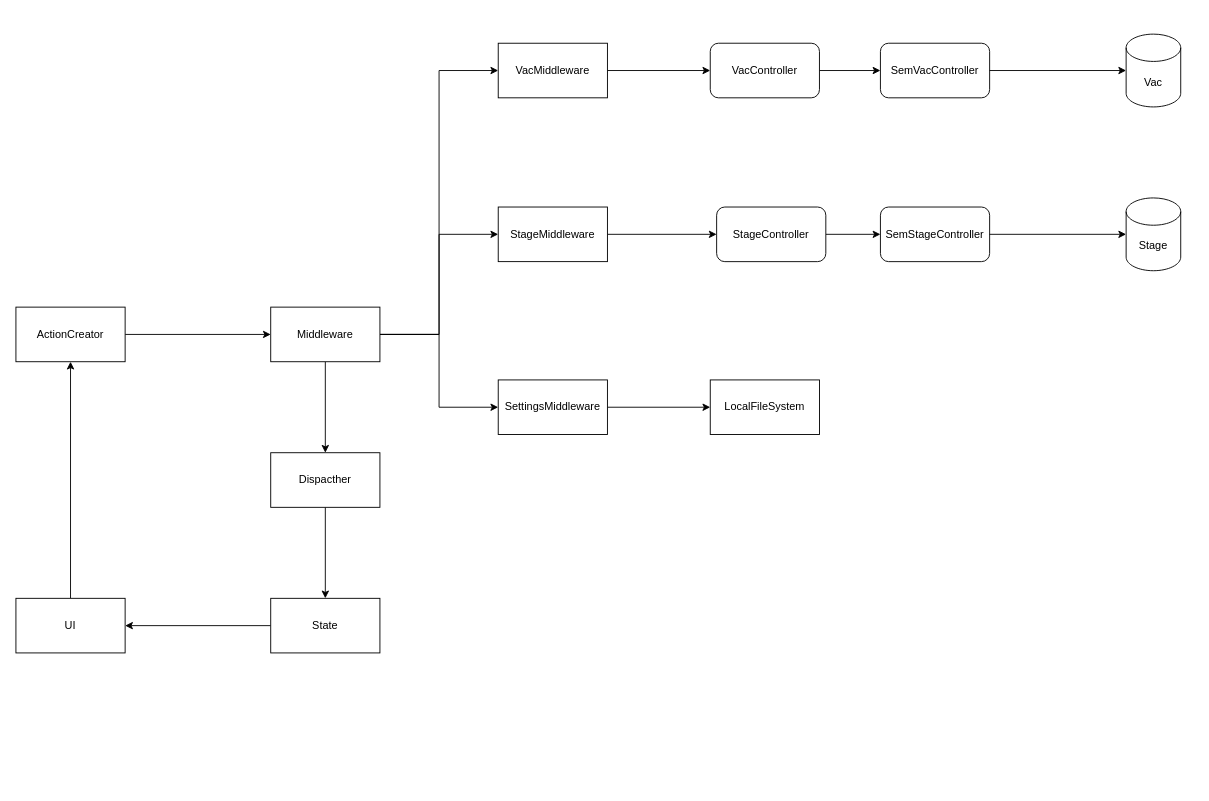
Earlier version of the draw.io diagram page "Qt Flux" (5 of 5) of 系统结构图.drawio (SolarAA-11/drawio). Source tidied: cells renumbered, new cells numbered last; positions are measured from the earlier drawing's top-left corner, leaving out a move shared by most shapes. Both pictures are drawn from the tidied source at 91%, with x=0, y=0 at pixel (15, 34).
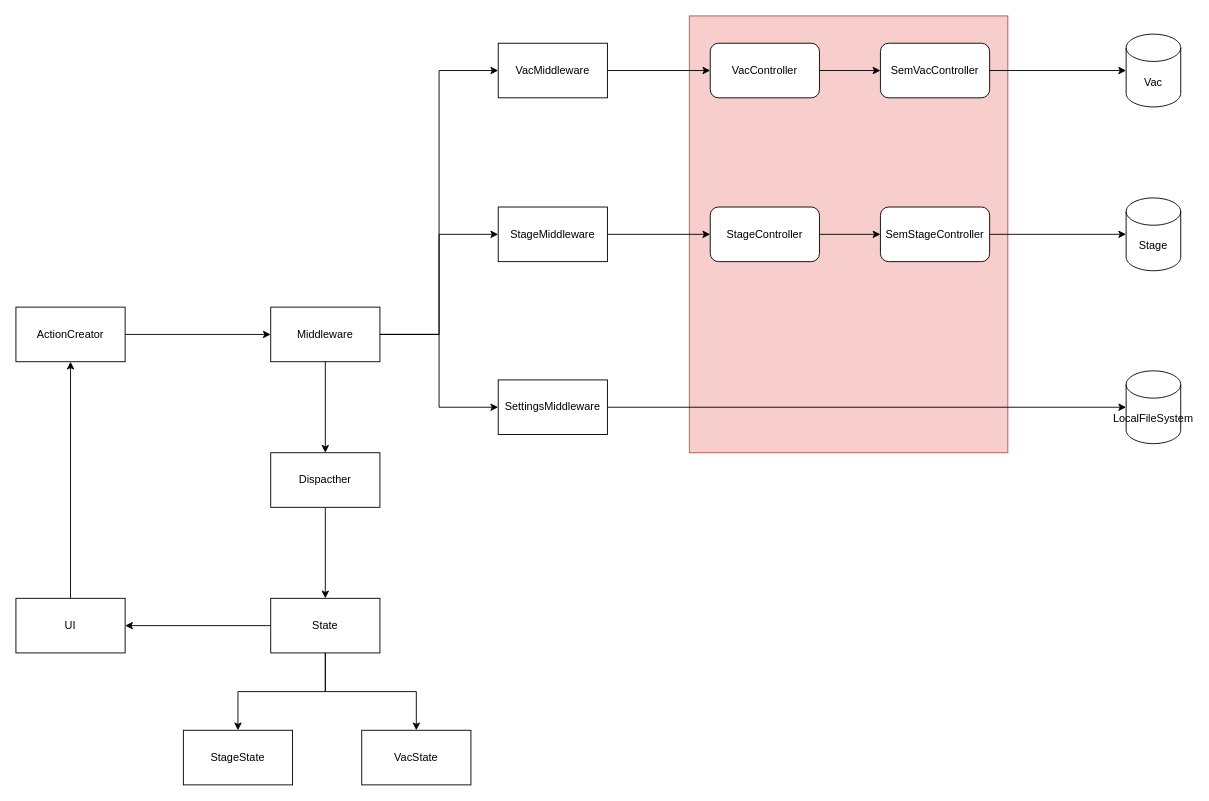
The same page after the edit.

Commit message (it also covers changes not shown here):
更新系统结构图.drawio

Unchanged cells that the change refers to:
```xml
<mxCell id="5" value="State" style="rounded=0;whiteSpace=wrap;html=1;" parent="1" vertex="1">
  <mxGeometry x="280" y="620" width="120" height="60" as="geometry" />
</mxCell>
<mxCell id="16" value="SettingsMiddleware" style="rounded=0;whiteSpace=wrap;html=1;" parent="1" vertex="1">
  <mxGeometry x="530" y="380" width="120" height="60" as="geometry" />
</mxCell>
```

Change to the diagram source:
```diff
@@
+    <mxCell id="32" style="rounded=0;whiteSpace=wrap;html=1;fillColor=#f8cecc;strokeColor=#b85450;" parent="1" vertex="1">
+      <mxGeometry x="740" y="-20" width="350" height="480" as="geometry" />
+    </mxCell>
@@
+    <mxCell id="33" style="edgeStyle=orthogonalEdgeStyle;rounded=0;jettySize=auto;html=1;entryX=0.5;entryY=0;entryDx=0;entryDy=0;" parent="1" edge="1" source="5" target="35">
+      <mxGeometry relative="1" as="geometry" />
+    </mxCell>
+    <mxCell id="34" style="edgeStyle=orthogonalEdgeStyle;rounded=0;jettySize=auto;html=1;" parent="1" edge="1" source="5" target="36">
+      <mxGeometry relative="1" as="geometry" />
+    </mxCell>
@@
-    <mxCell id="15" style="edgeStyle=orthogonalEdgeStyle;rounded=0;jettySize=auto;html=1;entryX=0;entryY=0.5;entryDx=0;entryDy=0;" parent="1" edge="1" source="16" target="19">
-      <mxGeometry relative="1" as="geometry" />
-    </mxCell>
@@
-    <mxCell id="19" value="LocalFileSystem" style="rounded=0;whiteSpace=wrap;html=1;" parent="1" vertex="1">
-      <mxGeometry x="763" y="380" width="120" height="60" as="geometry" />
-    </mxCell>
@@
     <mxCell id="25" value="StageController" style="rounded=1;whiteSpace=wrap;html=1;" parent="1" vertex="1">
-      <mxGeometry x="770" y="190" width="120" height="60" as="geometry" />
+      <mxGeometry x="763" y="190" width="120" height="60" as="geometry" />
     </mxCell>
@@
+    <mxCell id="19" value="LocalFileSystem&lt;br&gt;" style="shape=cylinder3;whiteSpace=wrap;html=1;boundedLbl=1;backgroundOutline=1;size=15;" parent="1" vertex="1">
+      <mxGeometry x="1220" y="370" width="60" height="80" as="geometry" />
+    </mxCell>
+    <mxCell id="15" style="edgeStyle=orthogonalEdgeStyle;rounded=0;jettySize=auto;html=1;entryX=0;entryY=0.5;entryDx=0;entryDy=0;entryPerimeter=0;" parent="1" edge="1" source="16" target="19">
+      <mxGeometry relative="1" as="geometry" />
+    </mxCell>
+    <mxCell id="35" value="StageState" style="rounded=0;whiteSpace=wrap;html=1;" parent="1" vertex="1">
+      <mxGeometry x="184" y="765" width="120" height="60" as="geometry" />
+    </mxCell>
+    <mxCell id="36" value="VacState" style="rounded=0;whiteSpace=wrap;html=1;" parent="1" vertex="1">
+      <mxGeometry x="380" y="765" width="120" height="60" as="geometry" />
+    </mxCell>
```
